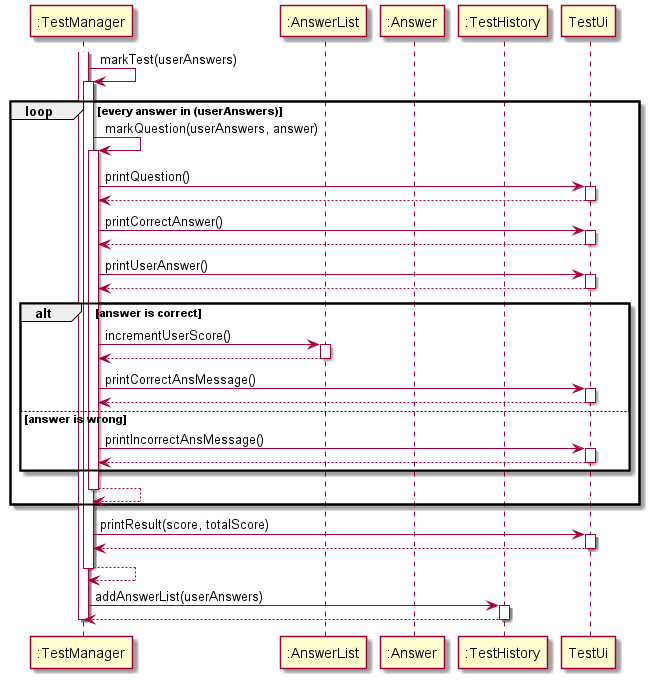
Before: docs/assets/markTestSequenceDiagram.png, a diagram exported from PlantUML (xkisxk/tp).
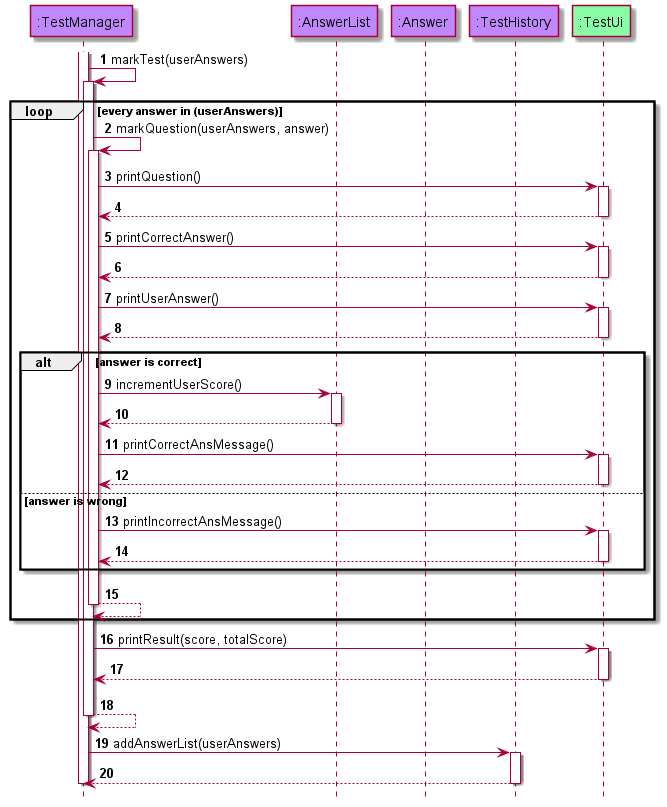
Later version of the same file.

Diff of the diagram source:
```diff
@@ -1,8 +1,13 @@
 @startuml
-participant ":TestManager" as TestManager
-participant ":AnswerList" as AnswerList
-participant ":Answer" as Answer
-participant ":TestHistory" as TestHistory
+!include style.puml
+autonumber
+hide footbox
+
+participant ":TestManager" as TestManager modelCOLOUR
+participant ":AnswerList" as AnswerList modelCOLOUR
+participant ":Answer" as Answer modelCOLOUR
+participant ":TestHistory" as TestHistory modelCOLOUR
+participant ":TestUi" as TestUi uiCOLOUR
 
 activate TestManager
 
```
